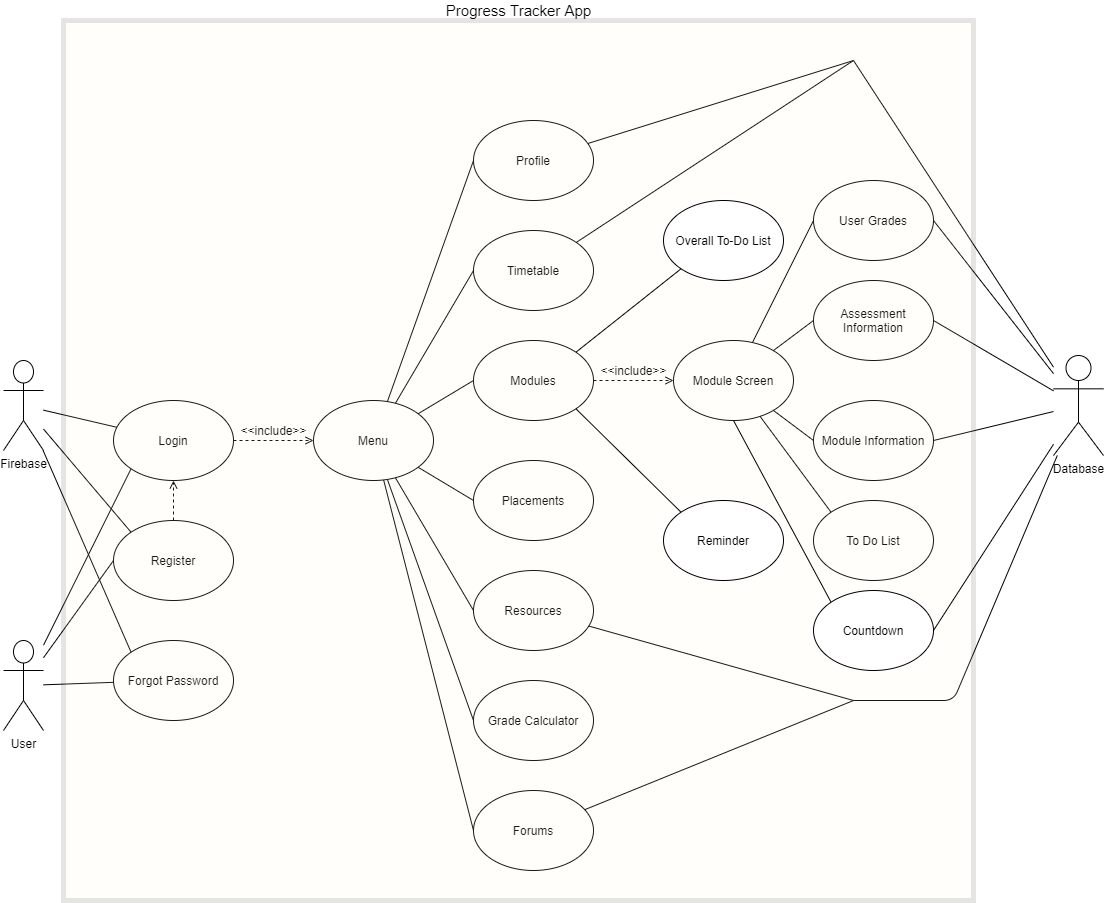
Earlier version of the draw.io export Designs/Diagrams/Progress Tracker Use Case.png (Khizar-Khan/Year-2-Project). Source tidied: cells renumbered, new cells last; positions are measured from the earlier drawing's top-left corner, leaving out a move shared by most shapes.
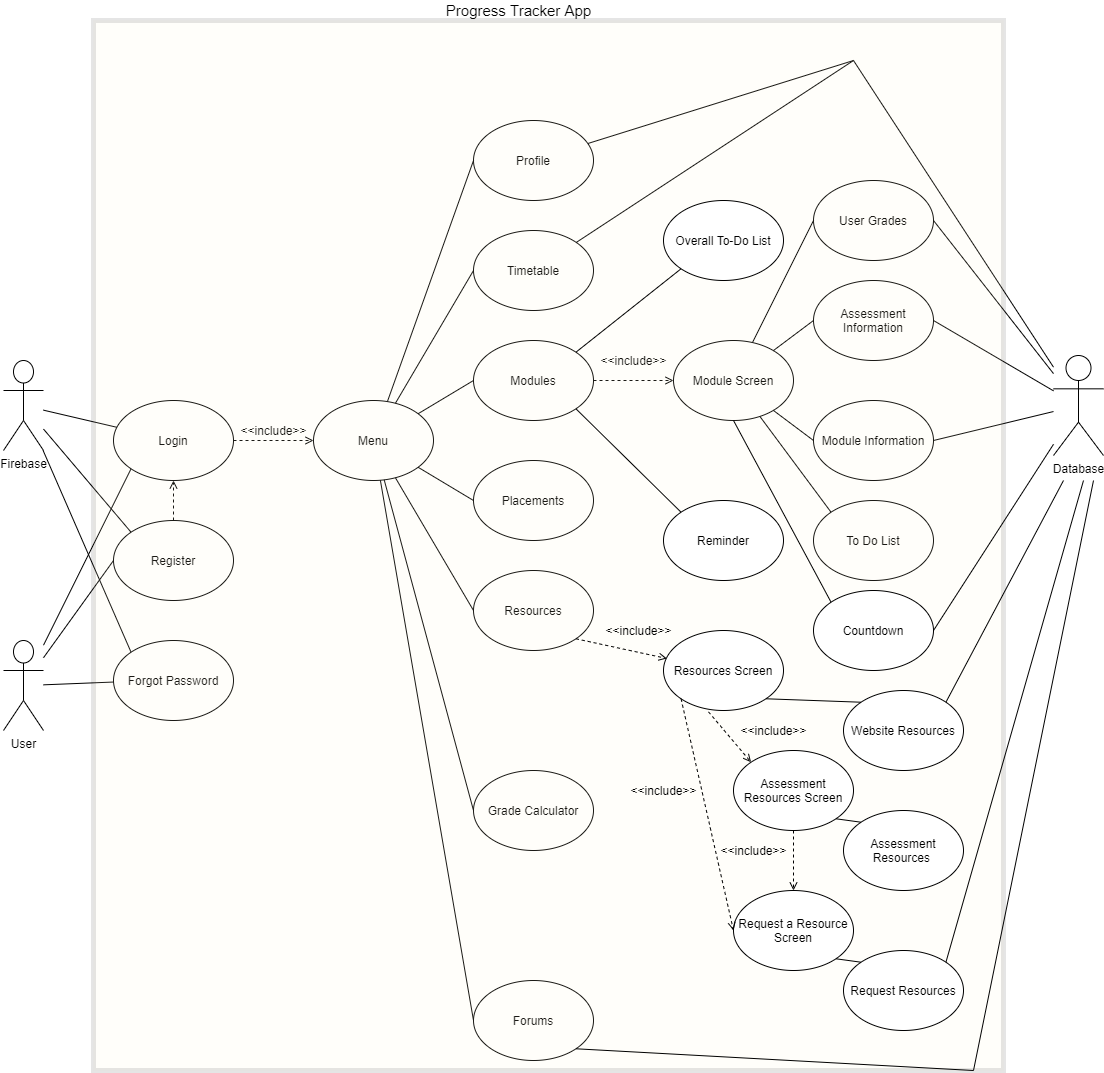
After the commit.

Commit message:
Uploaded updated use cases

Uploaded updated use cases

What changed in the source:
```diff
@@ -45,7 +45,7 @@
       <mxGeometry x="470" y="570" width="120" height="80" as="geometry" />
     </mxCell>
     <mxCell id="16" value="Grade Calculator" style="ellipse;whiteSpace=wrap;html=1;" parent="1" vertex="1">
-      <mxGeometry x="470" y="680" width="120" height="80" as="geometry" />
+      <mxGeometry x="470" y="770" width="120" height="80" as="geometry" />
     </mxCell>
     <mxCell id="17" value="Database" style="shape=umlActor;verticalLabelPosition=bottom;labelBackgroundColor=#ffffff;verticalAlign=top;html=1;outlineConnect=0;" parent="1" vertex="1">
       <mxGeometry x="1050" y="355" width="50" height="100" as="geometry" />
@@ -105,7 +105,7 @@
       <mxGeometry relative="1" as="geometry" />
     </mxCell>
     <mxCell id="36" value="&amp;lt;&amp;lt;include&amp;gt;&amp;gt;" style="text;html=1;align=center;verticalAlign=middle;" parent="1" vertex="1">
-      <mxGeometry x="590" y="360" width="80" height="20" as="geometry" />
+      <mxGeometry x="590" y="350" width="80" height="20" as="geometry" />
     </mxCell>
     <mxCell id="37" style="endArrow=none;html=1;exitX=0;exitY=0.5;exitDx=0;exitDy=0;" parent="1" edge="1" source="11" target="34">
       <mxGeometry relative="1" as="geometry" />
@@ -143,32 +143,14 @@
         <mxPoint x="850" y="60" as="targetPoint" />
       </mxGeometry>
     </mxCell>
-    <mxCell id="47" style="endArrow=none;html=1;" parent="1" edge="1" source="17">
-      <mxGeometry relative="1" as="geometry">
-        <mxPoint x="850" y="700" as="targetPoint" />
-        <Array as="points">
-          <mxPoint x="950" y="700" />
-        </Array>
-      </mxGeometry>
-    </mxCell>
-    <mxCell id="48" style="endArrow=none;html=1;" parent="1" edge="1" source="15">
-      <mxGeometry relative="1" as="geometry">
-        <mxPoint x="850" y="700" as="targetPoint" />
-      </mxGeometry>
-    </mxCell>
     <mxCell id="49" value="Forums" style="ellipse;whiteSpace=wrap;html=1;" parent="1" vertex="1">
-      <mxGeometry x="470" y="790" width="120" height="80" as="geometry" />
+      <mxGeometry x="470" y="980" width="120" height="80" as="geometry" />
     </mxCell>
     <mxCell id="50" style="endArrow=none;html=1;exitX=0;exitY=0.5;exitDx=0;exitDy=0;" parent="1" edge="1" source="49" target="25">
       <mxGeometry relative="1" as="geometry" />
     </mxCell>
-    <mxCell id="51" style="endArrow=none;html=1;" parent="1" edge="1" source="49">
-      <mxGeometry relative="1" as="geometry">
-        <mxPoint x="850" y="700" as="targetPoint" />
-      </mxGeometry>
-    </mxCell>
     <mxCell id="52" style="rounded=0;whiteSpace=wrap;html=1;fillColor=#fff2cc;strokeWidth=5;strokeColor=#000000;opacity=10;" parent="1" vertex="1">
-      <mxGeometry x="60" y="20" width="910" height="880" as="geometry" />
+      <mxGeometry x="90" y="20" width="910" height="1050" as="geometry" />
     </mxCell>
     <mxCell id="53" value="Progress Tracker App" style="text;html=1;align=center;verticalAlign=middle;strokeWidth=1;fontSize=15;" parent="1" vertex="1">
       <mxGeometry x="435" width="160" height="20" as="geometry" />
@@ -194,5 +176,77 @@
     <mxCell id="60" style="endArrow=none;html=1;entryX=0;entryY=1;entryDx=0;entryDy=0;exitX=1;exitY=0;exitDx=0;exitDy=0;" parent="1" edge="1" source="8" target="57">
       <mxGeometry relative="1" as="geometry" />
     </mxCell>
+    <mxCell id="61" value="Resources Screen" style="ellipse;whiteSpace=wrap;html=1;" parent="1" vertex="1">
+      <mxGeometry x="660" y="630" width="120" height="80" as="geometry" />
+    </mxCell>
+    <mxCell id="62" value="Request a Resource Screen" style="ellipse;whiteSpace=wrap;html=1;" parent="1" vertex="1">
+      <mxGeometry x="730" y="890" width="120" height="80" as="geometry" />
+    </mxCell>
+    <mxCell id="63" value="Assessment Resources Screen" style="ellipse;whiteSpace=wrap;html=1;" parent="1" vertex="1">
+      <mxGeometry x="730" y="750" width="120" height="80" as="geometry" />
+    </mxCell>
+    <mxCell id="64" value="Website Resources" style="ellipse;whiteSpace=wrap;html=1;" parent="1" vertex="1">
+      <mxGeometry x="840" y="690" width="120" height="80" as="geometry" />
+    </mxCell>
+    <mxCell id="65" style="endArrow=none;html=1;entryX=0;entryY=0;entryDx=0;entryDy=0;exitX=1;exitY=1;exitDx=0;exitDy=0;" parent="1" edge="1" source="61" target="64">
+      <mxGeometry relative="1" as="geometry" />
+    </mxCell>
+    <mxCell id="66" value="Assessment Resources&amp;nbsp;" style="ellipse;whiteSpace=wrap;html=1;" parent="1" vertex="1">
+      <mxGeometry x="840" y="810" width="120" height="80" as="geometry" />
+    </mxCell>
+    <mxCell id="67" style="endArrow=none;html=1;entryX=0;entryY=0;entryDx=0;entryDy=0;exitX=1;exitY=1;exitDx=0;exitDy=0;" parent="1" edge="1" source="63" target="66">
+      <mxGeometry relative="1" as="geometry" />
+    </mxCell>
+    <mxCell id="68" value="Request Resources" style="ellipse;whiteSpace=wrap;html=1;" parent="1" vertex="1">
+      <mxGeometry x="840" y="950" width="120" height="80" as="geometry" />
+    </mxCell>
+    <mxCell id="69" style="endArrow=none;html=1;entryX=0;entryY=0;entryDx=0;entryDy=0;exitX=1;exitY=1;exitDx=0;exitDy=0;" parent="1" edge="1" source="62" target="68">
+      <mxGeometry relative="1" as="geometry" />
+    </mxCell>
+    <mxCell id="70" style="endArrow=none;html=1;entryX=1;entryY=0;entryDx=0;entryDy=0;" parent="1" edge="1" target="64">
+      <mxGeometry relative="1" as="geometry">
+        <mxPoint x="1060" y="480" as="sourcePoint" />
+      </mxGeometry>
+    </mxCell>
+    <mxCell id="71" style="endArrow=none;html=1;exitX=1;exitY=0;exitDx=0;exitDy=0;" parent="1" edge="1" source="68">
+      <mxGeometry relative="1" as="geometry">
+        <mxPoint x="1080" y="480" as="targetPoint" />
+      </mxGeometry>
+    </mxCell>
+    <mxCell id="72" value="&amp;lt;&amp;lt;include&amp;gt;&amp;gt;" style="text;html=1;align=center;verticalAlign=middle;" parent="1" vertex="1">
+      <mxGeometry x="595" y="620" width="80" height="20" as="geometry" />
+    </mxCell>
+    <mxCell id="73" value="&amp;lt;&amp;lt;include&amp;gt;&amp;gt;" style="text;html=1;align=center;verticalAlign=middle;" parent="1" vertex="1">
+      <mxGeometry x="730" y="720" width="80" height="20" as="geometry" />
+    </mxCell>
+    <mxCell id="74" value="&amp;lt;&amp;lt;include&amp;gt;&amp;gt;" style="text;html=1;align=center;verticalAlign=middle;" parent="1" vertex="1">
+      <mxGeometry x="620" y="780" width="80" height="20" as="geometry" />
+    </mxCell>
+    <mxCell id="75" style="endArrow=open;dashed=1;html=1;exitX=1;exitY=1;exitDx=0;exitDy=0;entryX=0.028;entryY=0.35;entryDx=0;entryDy=0;endFill=0;entryPerimeter=0;" parent="1" edge="1" source="15" target="61">
+      <mxGeometry relative="1" as="geometry" />
+    </mxCell>
+    <mxCell id="76" style="endArrow=open;dashed=1;html=1;exitX=0;exitY=1;exitDx=0;exitDy=0;entryX=0;entryY=0.5;entryDx=0;entryDy=0;endFill=0;" parent="1" edge="1" source="61" target="62">
+      <mxGeometry relative="1" as="geometry" />
+    </mxCell>
+    <mxCell id="77" style="endArrow=open;dashed=1;html=1;exitX=0.375;exitY=1.017;exitDx=0;exitDy=0;entryX=0;entryY=0;entryDx=0;entryDy=0;endFill=0;exitPerimeter=0;" parent="1" edge="1" source="61" target="63">
+      <mxGeometry relative="1" as="geometry" />
+    </mxCell>
+    <mxCell id="78" style="endArrow=none;html=1;exitX=1;exitY=1;exitDx=0;exitDy=0;" parent="1" edge="1" source="49">
+      <mxGeometry relative="1" as="geometry">
+        <mxPoint x="970" y="1070" as="targetPoint" />
+      </mxGeometry>
+    </mxCell>
+    <mxCell id="79" style="endArrow=none;html=1;" parent="1" edge="1">
+      <mxGeometry relative="1" as="geometry">
+        <mxPoint x="1090" y="480" as="sourcePoint" />
+        <mxPoint x="970" y="1070" as="targetPoint" />
+      </mxGeometry>
+    </mxCell>
+    <mxCell id="80" style="endArrow=open;dashed=1;html=1;exitX=0.5;exitY=1;exitDx=0;exitDy=0;entryX=0.5;entryY=0;entryDx=0;entryDy=0;endFill=0;" parent="1" edge="1" source="63" target="62">
+      <mxGeometry relative="1" as="geometry" />
+    </mxCell>
+    <mxCell id="81" value="&amp;lt;&amp;lt;include&amp;gt;&amp;gt;" style="text;html=1;align=center;verticalAlign=middle;" parent="1" vertex="1">
+      <mxGeometry x="710" y="840" width="80" height="20" as="geometry" />
+    </mxCell>
   </root>
 </mxGraphModel>
```
